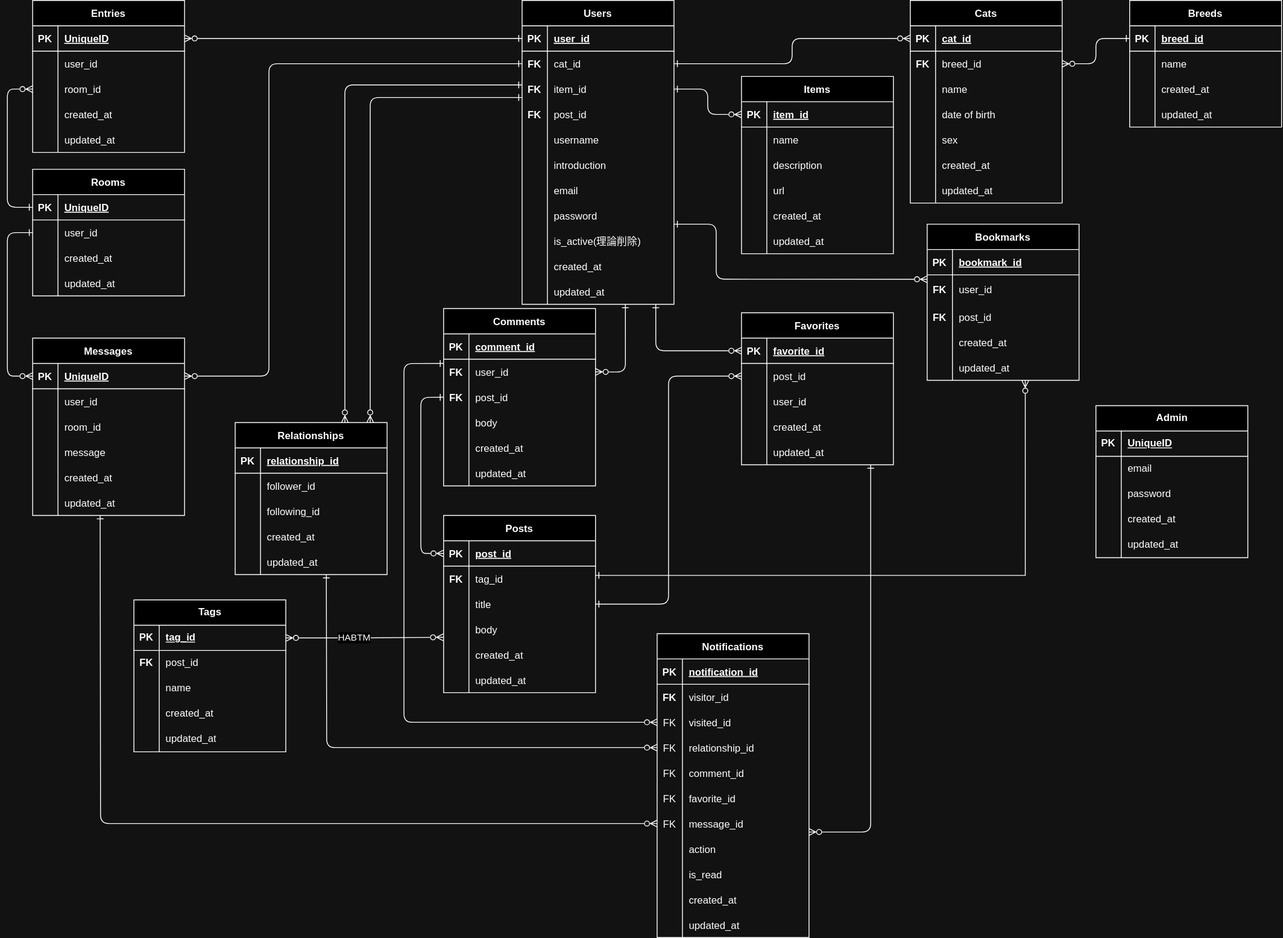
Before: app/assets/images/portforio101.drawio.svg, a diagram exported from draw.io (Tsmore/Portfolio101). Source tidied: cells renumbered, new cells last; positions are measured from the earlier drawing's top-left corner, leaving out a move shared by most shapes.
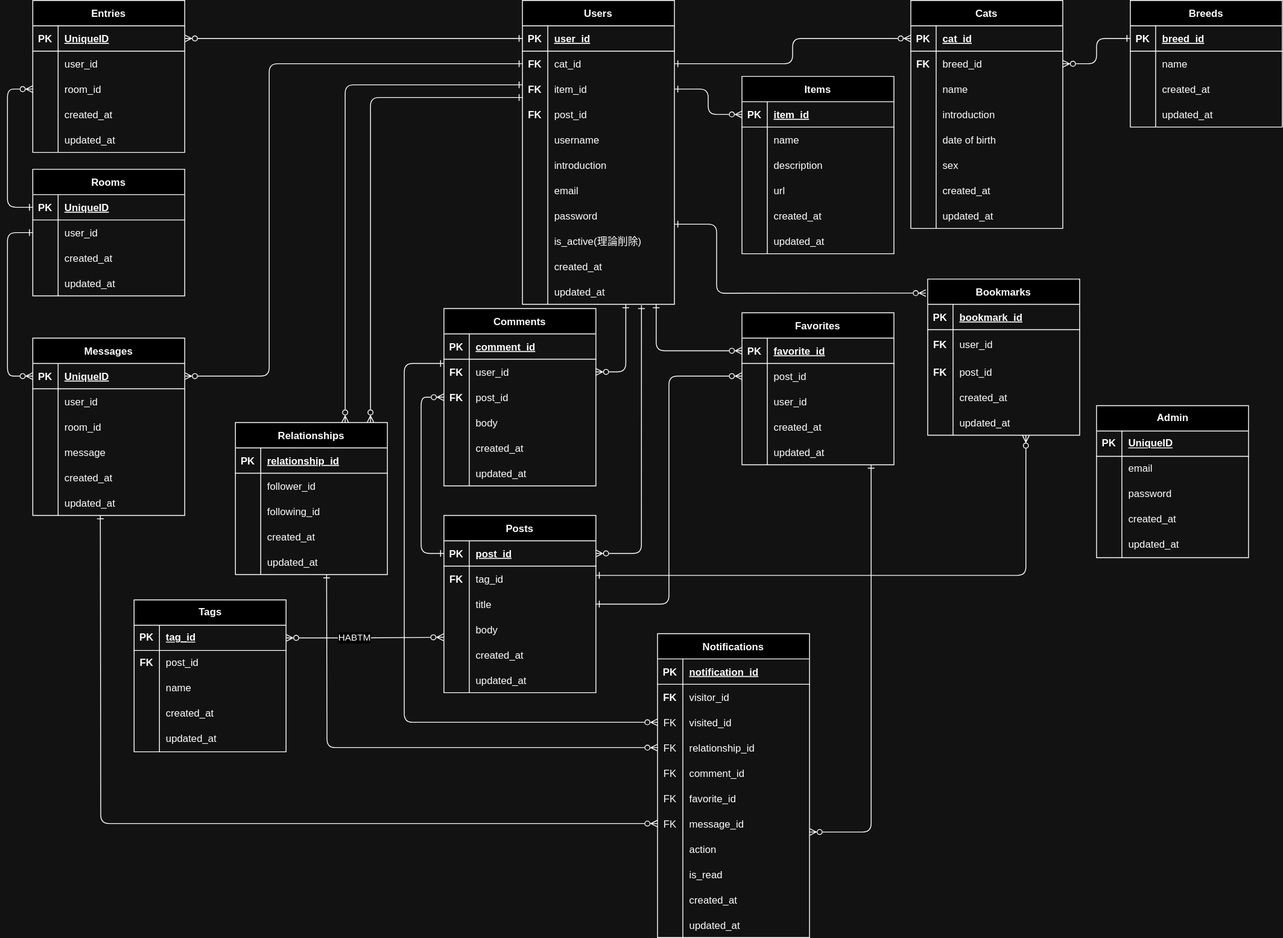
Later version of the same file.

Commit message:
[fix] ER図再度修正

Diff of the diagram source:
```diff
@@ -105,7 +105,7 @@
       <mxGeometry x="30" width="150" height="30" as="geometry" />
     </mxCell>
     <mxCell id="36" value="Cats" style="shape=table;startSize=30;rowLines=0;fontStyle=1;align=center;" parent="1" vertex="1">
-      <mxGeometry x="1070" width="180" height="240" as="geometry" />
+      <mxGeometry x="1070" width="180" height="270" as="geometry" />
     </mxCell>
     <mxCell id="37" style="shape=tableRow;horizontal=0;startSize=0;swimlaneHead=0;swimlaneBody=0;fillColor=none;points=[[0,0.5],[1,0.5]];portConstraint=eastwest;top=0;left=0;right=0;bottom=1;" parent="36" vertex="1">
       <mxGeometry y="30" width="180" height="30" as="geometry" />
@@ -134,8 +134,17 @@
     <mxCell id="45" value="name" style="shape=partialRectangle;fillColor=none;top=0;left=0;bottom=0;right=0;align=left;spacingLeft=6;overflow=hidden;" parent="43" vertex="1">
       <mxGeometry x="30" width="150" height="30" as="geometry" />
     </mxCell>
+    <mxCell id="312" style="shape=tableRow;horizontal=0;startSize=0;swimlaneHead=0;swimlaneBody=0;fillColor=none;top=0;left=0;right=0;bottom=0;" parent="36" vertex="1">
+      <mxGeometry y="120" width="180" height="30" as="geometry" />
+    </mxCell>
+    <mxCell id="313" style="shape=partialRectangle;fillColor=none;top=0;left=0;bottom=0;right=0;overflow=hidden;" parent="312" vertex="1">
+      <mxGeometry width="30" height="30" as="geometry" />
+    </mxCell>
+    <mxCell id="314" value="introduction" style="shape=partialRectangle;fillColor=none;top=0;left=0;bottom=0;right=0;align=left;spacingLeft=6;overflow=hidden;" parent="312" vertex="1">
+      <mxGeometry x="30" width="150" height="30" as="geometry" />
+    </mxCell>
     <mxCell id="46" style="shape=tableRow;horizontal=0;startSize=0;swimlaneHead=0;swimlaneBody=0;fillColor=none;top=0;left=0;right=0;bottom=0;" parent="36" vertex="1">
-      <mxGeometry y="120" width="180" height="30" as="geometry" />
+      <mxGeometry y="150" width="180" height="30" as="geometry" />
     </mxCell>
     <mxCell id="47" style="shape=partialRectangle;fillColor=none;top=0;left=0;bottom=0;right=0;overflow=hidden;" parent="46" vertex="1">
       <mxGeometry width="30" height="30" as="geometry" />
@@ -144,7 +153,7 @@
       <mxGeometry x="30" width="150" height="30" as="geometry" />
     </mxCell>
     <mxCell id="49" style="shape=tableRow;horizontal=0;startSize=0;swimlaneHead=0;swimlaneBody=0;fillColor=none;top=0;left=0;right=0;bottom=0;" parent="36" vertex="1">
-      <mxGeometry y="150" width="180" height="30" as="geometry" />
+      <mxGeometry y="180" width="180" height="30" as="geometry" />
     </mxCell>
     <mxCell id="50" style="shape=partialRectangle;fillColor=none;top=0;left=0;bottom=0;right=0;overflow=hidden;" parent="49" vertex="1">
       <mxGeometry width="30" height="30" as="geometry" />
@@ -153,7 +162,7 @@
       <mxGeometry x="30" width="150" height="30" as="geometry" />
     </mxCell>
     <mxCell id="52" style="shape=tableRow;horizontal=0;startSize=0;swimlaneHead=0;swimlaneBody=0;fillColor=none;top=0;left=0;right=0;bottom=0;" parent="36" vertex="1">
-      <mxGeometry y="180" width="180" height="30" as="geometry" />
+      <mxGeometry y="210" width="180" height="30" as="geometry" />
     </mxCell>
     <mxCell id="53" style="shape=partialRectangle;fillColor=none;top=0;left=0;bottom=0;right=0;overflow=hidden;" parent="52" vertex="1">
       <mxGeometry width="30" height="30" as="geometry" />
@@ -162,7 +171,7 @@
       <mxGeometry x="30" width="150" height="30" as="geometry" />
     </mxCell>
     <mxCell id="55" style="shape=tableRow;horizontal=0;startSize=0;swimlaneHead=0;swimlaneBody=0;fillColor=none;top=0;left=0;right=0;bottom=0;" parent="36" vertex="1">
-      <mxGeometry y="210" width="180" height="30" as="geometry" />
+      <mxGeometry y="240" width="180" height="30" as="geometry" />
     </mxCell>
     <mxCell id="56" style="shape=partialRectangle;fillColor=none;top=0;left=0;bottom=0;right=0;overflow=hidden;" parent="55" vertex="1">
       <mxGeometry width="30" height="30" as="geometry" />
@@ -579,7 +588,7 @@
       <mxGeometry x="30" width="150" height="30" as="geometry" />
     </mxCell>
     <mxCell id="194" value="Bookmarks" style="shape=table;startSize=30;rowLines=0;fontStyle=1;align=center;" parent="1" vertex="1">
-      <mxGeometry x="1090" y="265" width="180" height="185" as="geometry" />
+      <mxGeometry x="1090" y="330" width="180" height="185" as="geometry" />
     </mxCell>
     <mxCell id="195" style="shape=tableRow;horizontal=0;startSize=0;swimlaneHead=0;swimlaneBody=0;fillColor=none;top=0;left=0;right=0;bottom=1;" parent="194" vertex="1">
       <mxGeometry y="30" width="180" height="30" as="geometry" />
@@ -812,17 +821,17 @@
     <mxCell id="266" style="edgeStyle=orthogonalEdgeStyle;html=1;exitX=0;exitY=0.5;exitDx=0;exitDy=0;startArrow=ERzeroToMany;startFill=0;endArrow=ERone;endFill=0;entryX=0.88;entryY=1;entryDx=0;entryDy=0;entryPerimeter=0;" parent="1" edge="1" source="179" target="33">
       <mxGeometry relative="1" as="geometry" />
     </mxCell>
-    <mxCell id="267" style="edgeStyle=orthogonalEdgeStyle;html=1;exitX=0;exitY=0.151;exitDx=0;exitDy=0;entryX=1;entryY=0.5;entryDx=0;entryDy=0;startArrow=ERzeroToMany;startFill=0;endArrow=ERone;endFill=0;exitPerimeter=0;" parent="1" edge="1" source="198">
+    <mxCell id="267" style="edgeStyle=orthogonalEdgeStyle;html=1;exitX=-0.012;exitY=0.09;exitDx=0;exitDy=0;entryX=1;entryY=0.5;entryDx=0;entryDy=0;startArrow=ERzeroToMany;startFill=0;endArrow=ERone;endFill=0;exitPerimeter=0;" parent="1" edge="1" source="194">
       <mxGeometry relative="1" as="geometry">
         <mxPoint x="790" y="265" as="targetPoint" />
         <Array as="points">
-          <mxPoint x="890" y="330" />
-          <mxPoint x="840" y="330" />
+          <mxPoint x="890" y="347" />
+          <mxPoint x="840" y="347" />
           <mxPoint x="840" y="265" />
         </Array>
       </mxGeometry>
     </mxCell>
-    <mxCell id="268" style="edgeStyle=orthogonalEdgeStyle;html=1;exitX=0;exitY=0.5;exitDx=0;exitDy=0;entryX=0;entryY=0.5;entryDx=0;entryDy=0;startArrow=ERzeroToMany;startFill=0;endArrow=ERone;endFill=0;" parent="1" edge="1" source="72" target="166">
+    <mxCell id="268" style="edgeStyle=orthogonalEdgeStyle;html=1;exitX=0;exitY=0.5;exitDx=0;exitDy=0;entryX=0;entryY=0.5;entryDx=0;entryDy=0;startArrow=ERone;startFill=0;endArrow=ERzeroToMany;endFill=0;" parent="1" edge="1" source="72" target="166">
       <mxGeometry relative="1" as="geometry">
         <Array as="points">
           <mxPoint x="490" y="655" />
@@ -888,7 +897,7 @@
         </Array>
       </mxGeometry>
     </mxCell>
-    <mxCell id="277" style="edgeStyle=orthogonalEdgeStyle;rounded=0;jettySize=auto;html=1;endArrow=ERzeroToMany;endFill=0;startArrow=ERone;startFill=0;entryX=0.646;entryY=1.01;entryDx=0;entryDy=0;entryPerimeter=0;" parent="1" edge="1" source="75" target="207">
+    <mxCell id="277" style="edgeStyle=orthogonalEdgeStyle;rounded=1;jettySize=auto;html=1;endArrow=ERzeroToMany;endFill=0;startArrow=ERone;startFill=0;entryX=0.646;entryY=1.01;entryDx=0;entryDy=0;entryPerimeter=0;" parent="1" edge="1" source="75" target="207">
       <mxGeometry relative="1" as="geometry">
         <Array as="points">
           <mxPoint x="1206" y="681" />
@@ -997,5 +1006,8 @@
     <mxCell id="311" value="HABTM" style="edgeLabel;html=1;align=center;verticalAlign=middle;" parent="310" vertex="1">
       <mxGeometry x="-0.15" y="1" relative="1" as="geometry" />
     </mxCell>
+    <mxCell id="315" style="edgeStyle=orthogonalEdgeStyle;rounded=1;jettySize=auto;html=1;exitX=1;exitY=0.5;exitDx=0;exitDy=0;entryX=0.783;entryY=1.033;entryDx=0;entryDy=0;entryPerimeter=0;endArrow=ERone;endFill=0;startArrow=ERzeroToMany;startFill=0;" parent="1" edge="1" source="72" target="33">
+      <mxGeometry relative="1" as="geometry" />
+    </mxCell>
   </root>
 </mxGraphModel>
```
